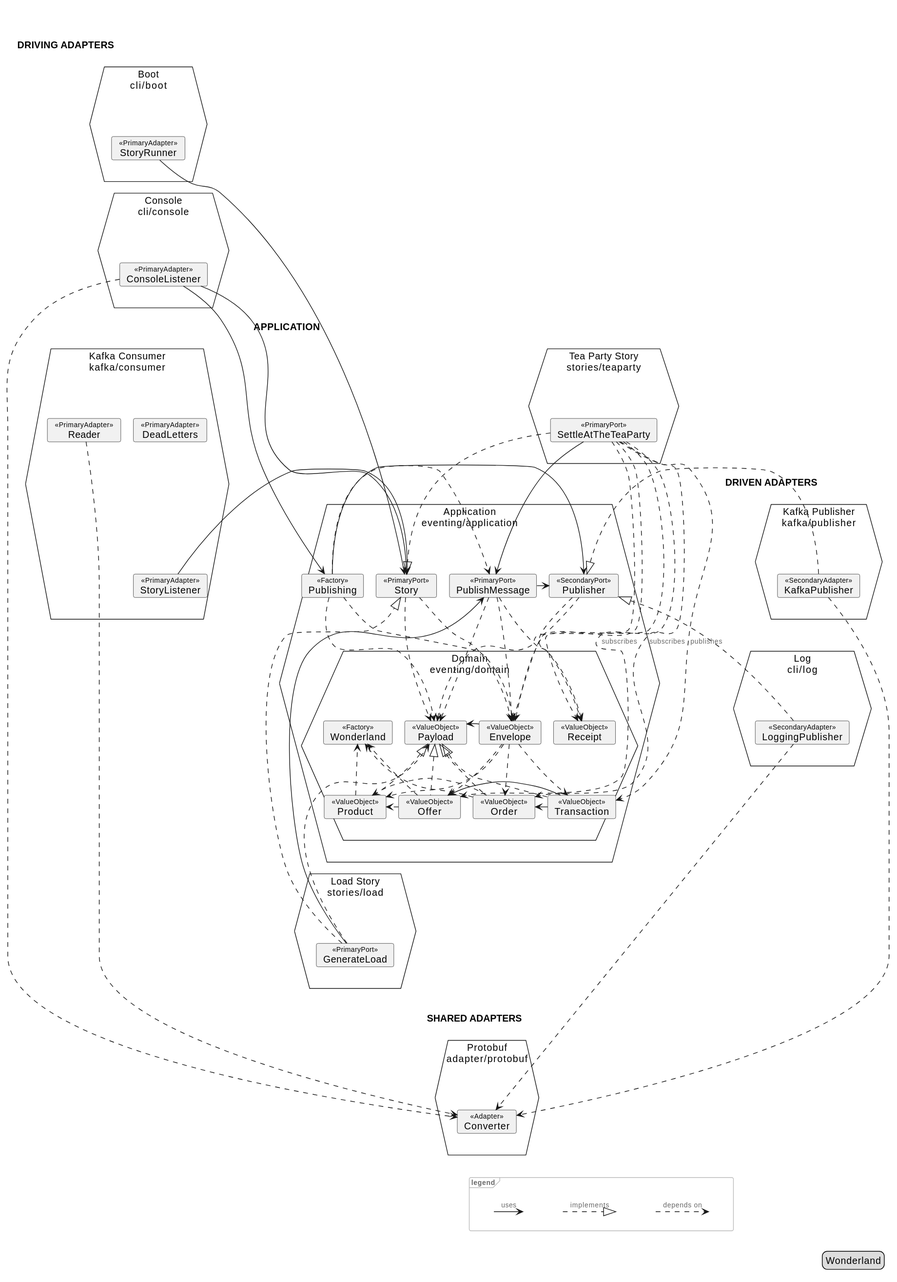
Before: docs/generated/architecture/svg/hexagon.svg, a diagram exported from PlantUML (Mathmagicians/wonderland-eventing-playground).
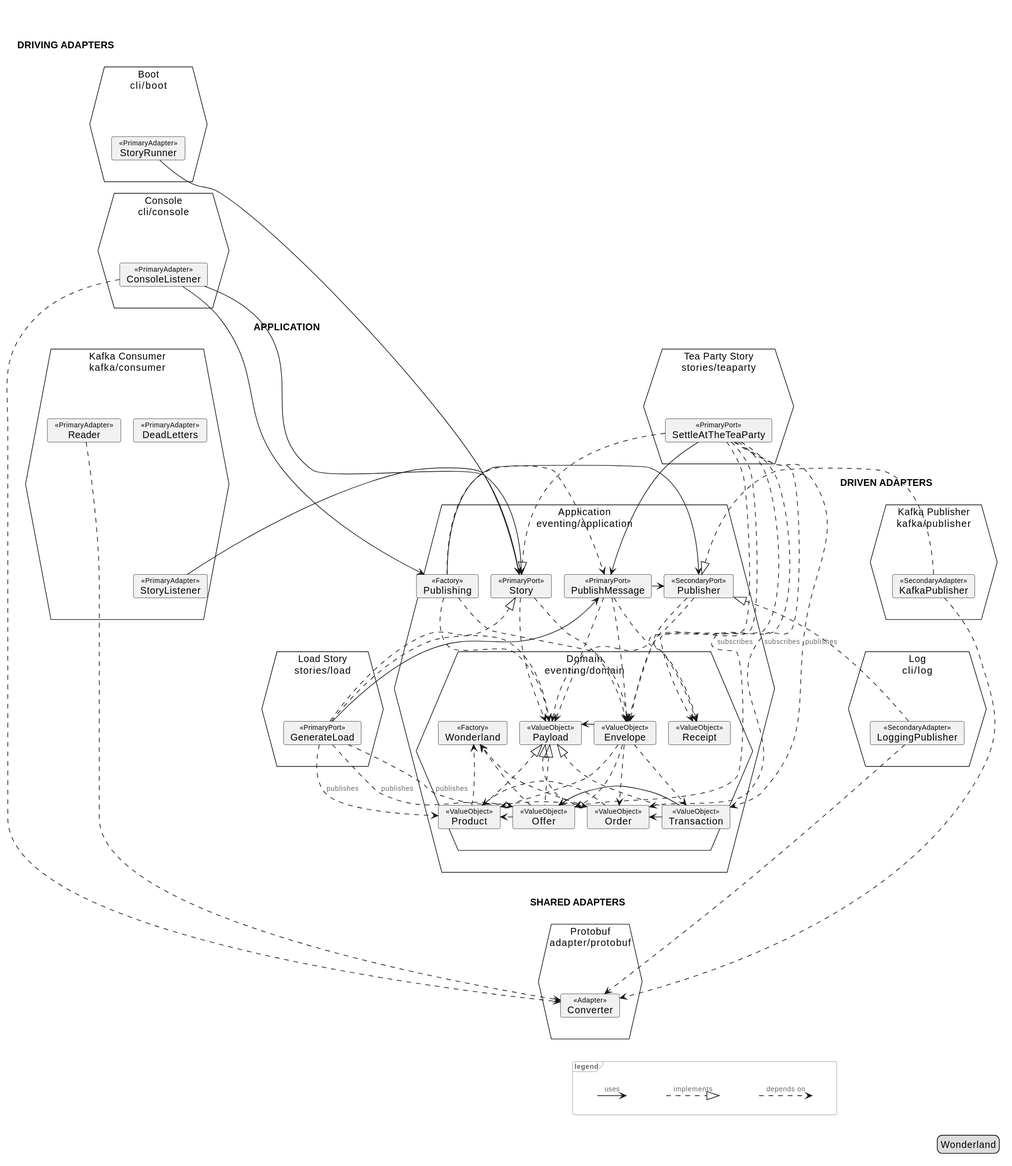
Later version of the same file.

The edit, as a diff of the source:
```diff
@@ -161,7 +161,10 @@
 m_Kafka_Publisher_KafkaPublisher .[norank].> m_Protobuf_Converter
 m_Load_Story_GenerateLoad --> m_Application_PublishMessage
 m_Load_Story_GenerateLoad ..|> m_Application_Story
+m_Load_Story_GenerateLoad ..> m_Domain_Offer : publishes
+m_Load_Story_GenerateLoad ..> m_Domain_Order : publishes
 m_Load_Story_GenerateLoad ..> m_Domain_Payload
+m_Load_Story_GenerateLoad ..> m_Domain_Product : publishes
 m_Log_LoggingPublisher .left.|> m_Application_Publisher
 m_Log_LoggingPublisher .[norank].> m_Protobuf_Converter
 m_Tea_Party_Story_SettleAtTheTeaParty --> m_Application_PublishMessage
```
